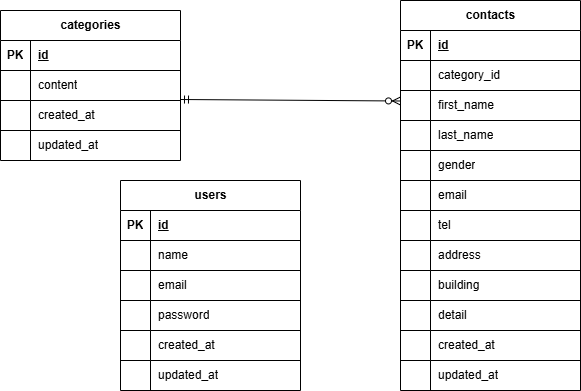
The draw.io diagram er.drawio.png in robert1725s/FashionablyLate, before a commit. Source tidied: cells renumbered, new cells last; positions are measured from the earlier drawing's top-left corner, leaving out a move shared by most shapes.
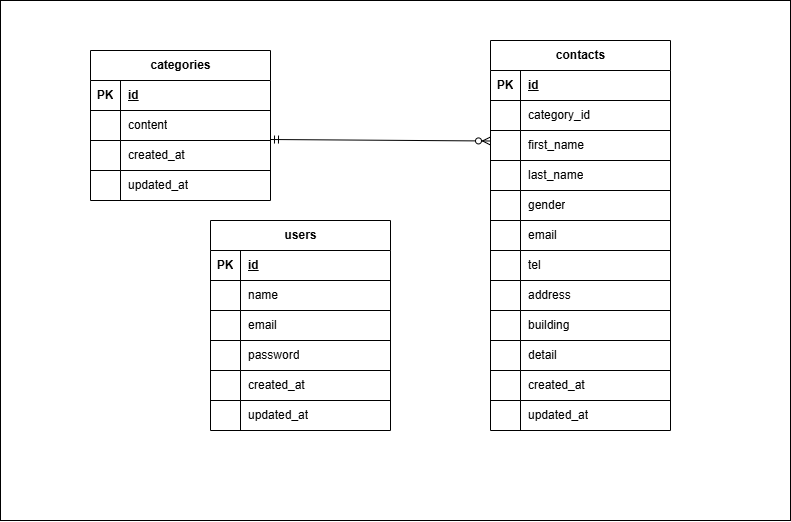
Later version of the same file.

What changed in the source:
```diff
@@ -1,6 +1,10 @@
 <mxGraphModel>
   <root>
     <mxCell id="0" />
+    <mxCell id="72" value="名称未設定レイヤ" parent="0" />
+    <mxCell id="73" style="rounded=0;whiteSpace=wrap;html=1;" parent="72" vertex="1">
+      <mxGeometry x="-90" y="-40" width="790" height="520" as="geometry" />
+    </mxCell>
     <mxCell id="1" parent="0" />
     <mxCell id="2" value="contacts" style="shape=table;startSize=30;rowLines=1;fontStyle=1;align=center;html=1;" parent="1" vertex="1">
       <mxGeometry x="400" width="180" height="390" as="geometry" />
```
